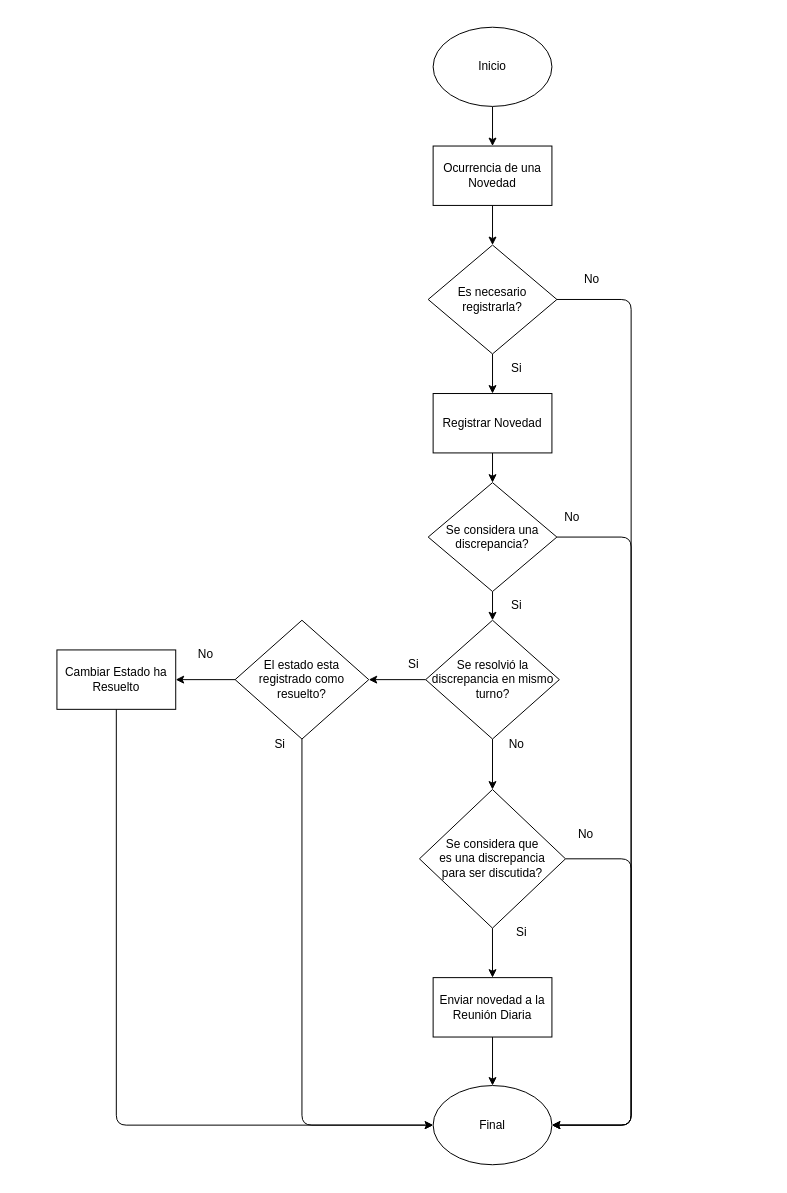
The draw.io diagram DiagramaDeFlujo.Drawio in NEODevs-T/LibroNovedades, before the edit. Source tidied: cells renumbered, new cells numbered last; positions are measured from the earlier drawing's top-left corner, leaving out a move shared by most shapes. Both pictures are drawn from the tidied source at 99%, with x=0, y=0 at pixel (56, 27).
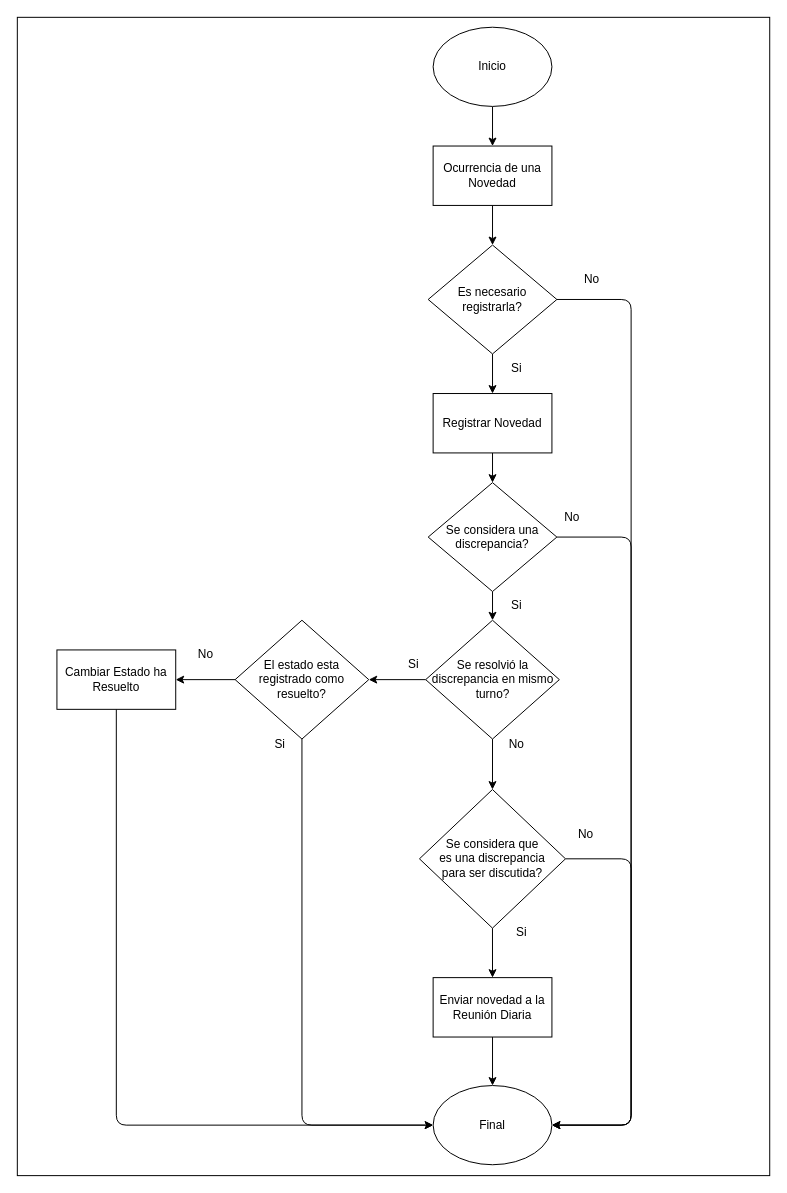
The same diagram, later.

Commit message (it also covers changes not shown here):
Adicion SVG diagramas

The edit, as a diff of the source:
```diff
@@
+    <mxCell id="38" style="rounded=0;whiteSpace=wrap;html=1;" parent="1" vertex="1">
+      <mxGeometry x="-40" y="-10" width="760" height="1170" as="geometry" />
+    </mxCell>
```
